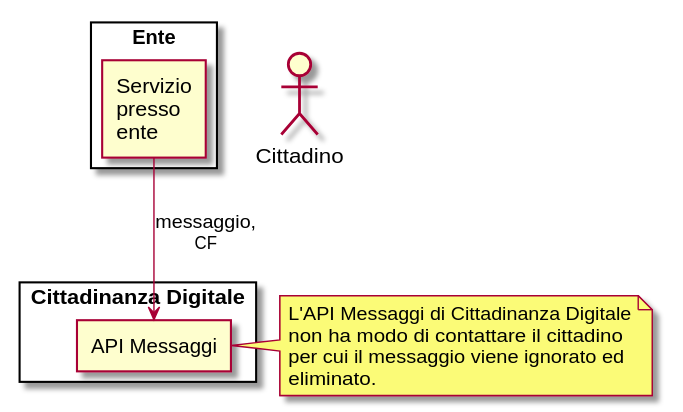
The PlantUML diagram gdpr/diagrams/messaggio-noprofile.svg in pagopa-archive/io, before a commit. Its diagram source:
```plantuml
@startuml

rectangle Ente {
  agent "Servizio\npresso\nente" as ente
}

rectangle "Cittadinanza Digitale" {
  agent "API Messaggi" as apimessaggi
}

:Cittadino: as cittadino

ente --> apimessaggi : messaggio,\nCF

note right of apimessaggi
  L'API Messaggi di Cittadinanza Digitale
  non ha modo di contattare il cittadino
  per cui il messaggio viene ignorato ed
  eliminato.
end note

@enduml
```
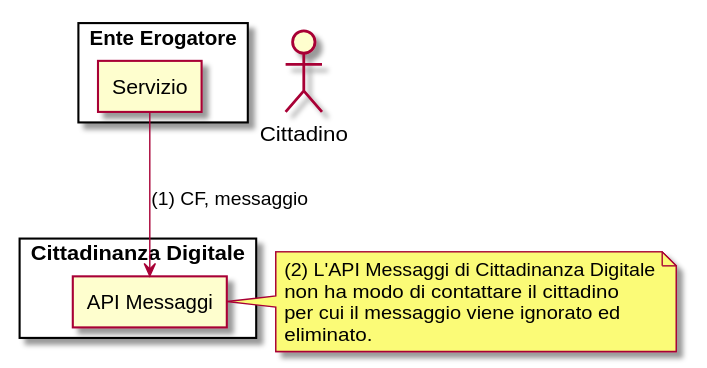
Later version of the same file.

Diff of the diagram source:
```diff
@@ -1,7 +1,7 @@
 @startuml
 
-rectangle Ente {
-  agent "Servizio\npresso\nente" as ente
+rectangle "Ente Erogatore" {
+  agent "Servizio" as ente
 }
 
 rectangle "Cittadinanza Digitale" {
@@ -10,10 +10,10 @@
 
 :Cittadino: as cittadino
 
-ente --> apimessaggi : messaggio,\nCF
+ente --> apimessaggi : (1) CF, messaggio
 
 note right of apimessaggi
-  L'API Messaggi di Cittadinanza Digitale
+  (2) L'API Messaggi di Cittadinanza Digitale
   non ha modo di contattare il cittadino
   per cui il messaggio viene ignorato ed
   eliminato.
```
